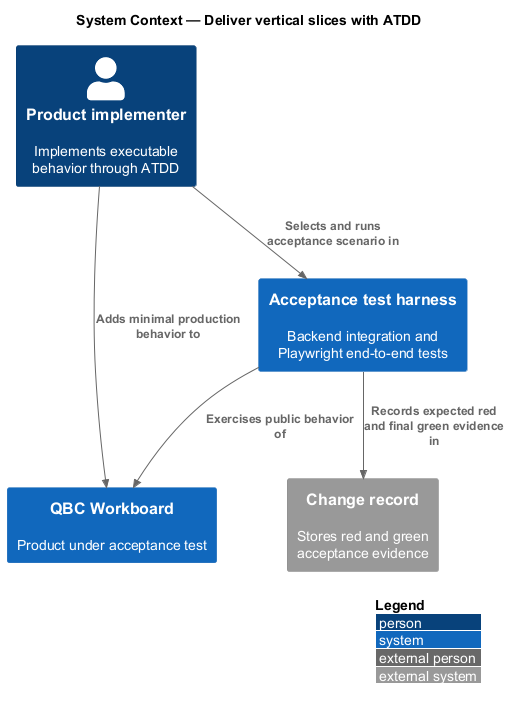
Earlier version of the PlantUML export docs/detailed-designs/quality/deliver-with-atdd/diagrams/c4-context.png (QuinntyneBrown/quinntyne-brown-consulting). Source of this version:
```plantuml
@startuml
!include <C4/C4_Context>
LAYOUT_WITH_LEGEND()
title System Context — Deliver vertical slices with ATDD

Person(implementer, "Product implementer", "Implements executable behavior through ATDD")
System(workboard, "QBC Workboard", "Product under acceptance test")
System(testHarness, "Acceptance test harness", "Backend integration and Playwright end-to-end tests")
System_Ext(changeRecord, "Change record", "Stores red and green acceptance evidence")

Rel(implementer, testHarness, "Selects and runs acceptance scenario in")
Rel(testHarness, workboard, "Exercises public behavior of")
Rel(implementer, workboard, "Adds minimal production behavior to")
Rel(testHarness, changeRecord, "Records expected red and final green evidence in")
@enduml
```
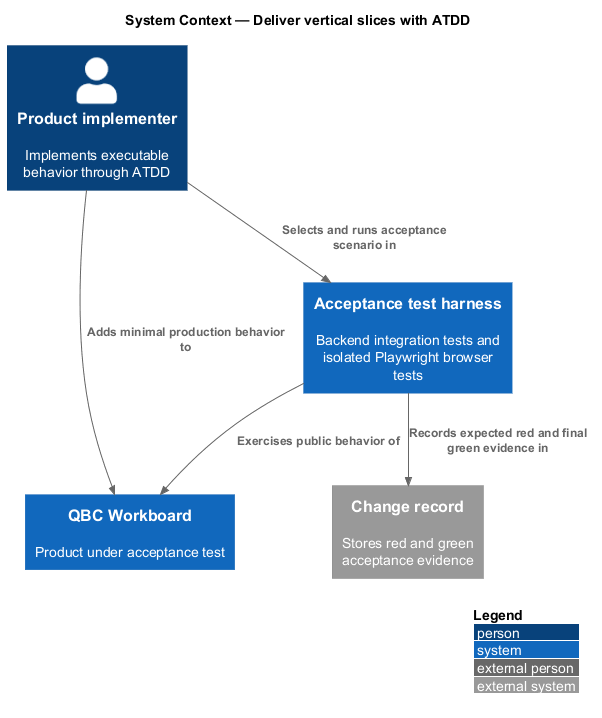
Above is the later version.

What changed in the source:
```diff
@@ -5,7 +5,7 @@
 
 Person(implementer, "Product implementer", "Implements executable behavior through ATDD")
 System(workboard, "QBC Workboard", "Product under acceptance test")
-System(testHarness, "Acceptance test harness", "Backend integration and Playwright end-to-end tests")
+System(testHarness, "Acceptance test harness", "Backend integration tests and isolated Playwright browser tests")
 System_Ext(changeRecord, "Change record", "Stores red and green acceptance evidence")
 
 Rel(implementer, testHarness, "Selects and runs acceptance scenario in")
```
